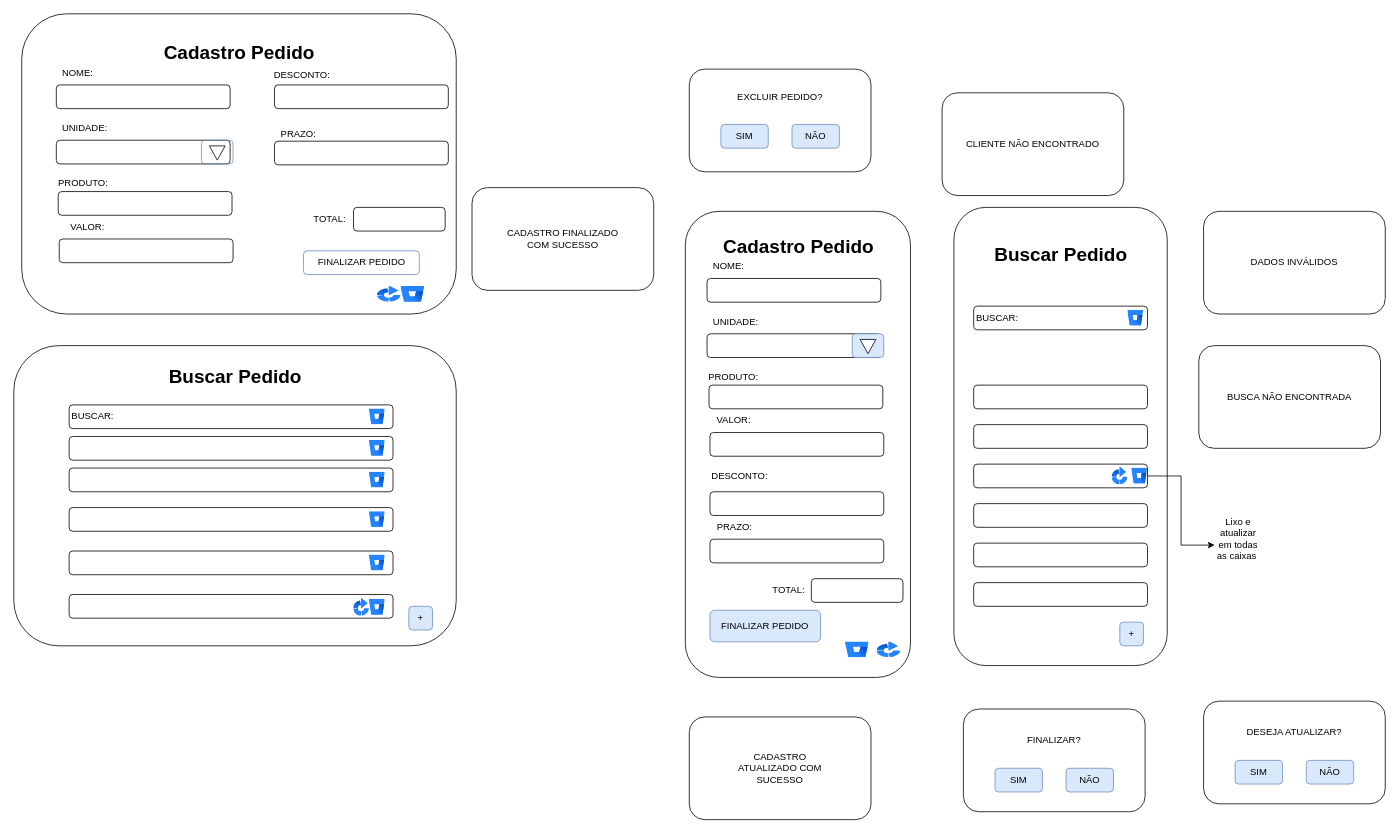
Above: page "Página-2" (2 of 10) of DOC/tela.drawio in juliareis14/avatar.app (draw.io), before the change. Source tidied: cells renumbered, new cells numbered last; positions are measured from the earlier drawing's top-left corner, leaving out a move shared by most shapes. Both pictures are drawn from the tidied source at 79%, with x=0, y=0 at pixel (13, 13).
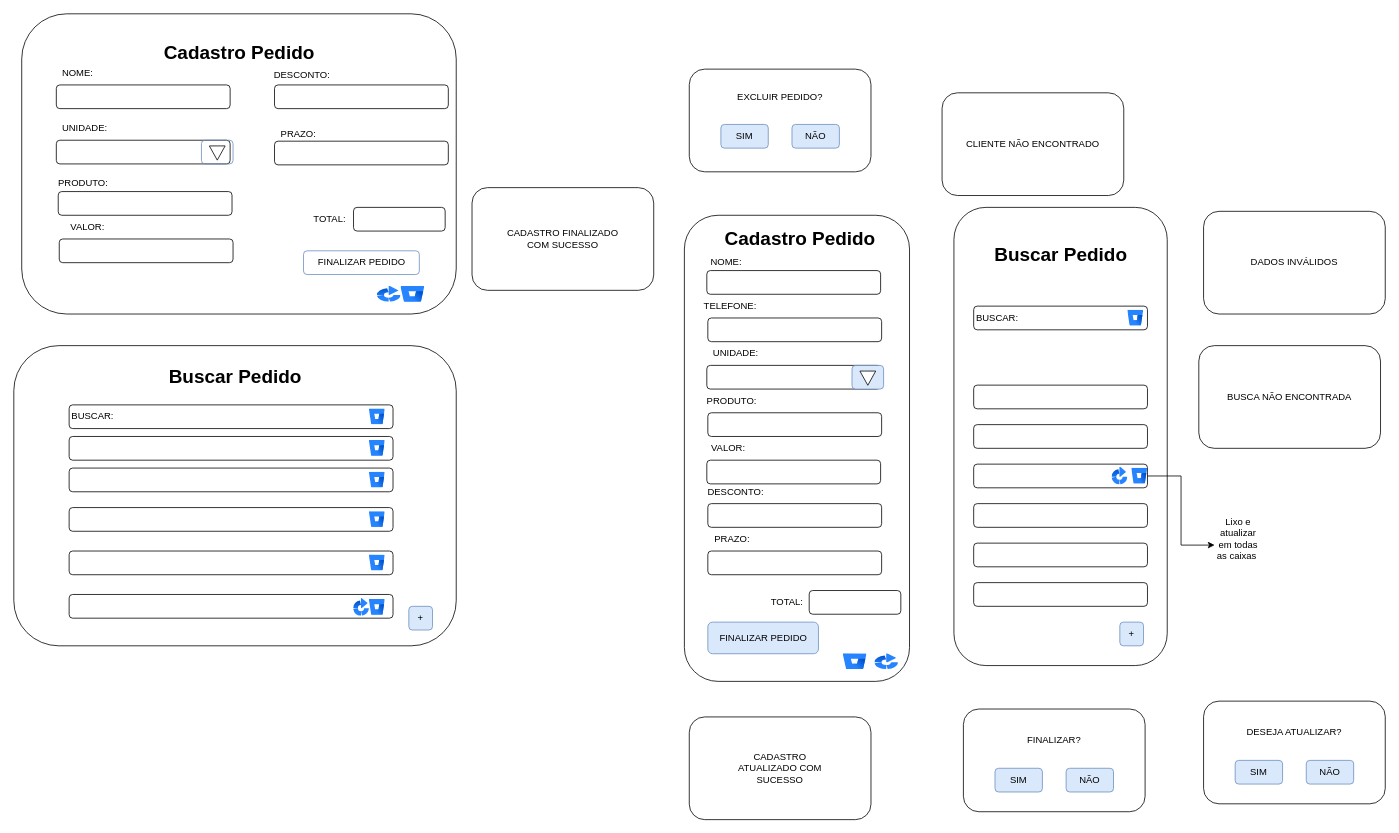
Above is the later version.

Change to the diagram source:
```diff
@@
     <mxCell id="2" style="rounded=1;whiteSpace=wrap;html=1;" parent="1" vertex="1">
-      <mxGeometry x="850" y="250" width="285" height="590" as="geometry" />
+      <mxGeometry x="848.8" y="255" width="285" height="590" as="geometry" />
     </mxCell>
     <mxCell id="3" value="Cadastro Pedido" style="text;strokeColor=none;fillColor=none;html=1;fontSize=24;fontStyle=1;verticalAlign=middle;align=center;" parent="1" vertex="1">
-      <mxGeometry x="942.5" y="275" width="100" height="40" as="geometry" />
+      <mxGeometry x="945" y="265" width="100" height="40" as="geometry" />
     </mxCell>
     <mxCell id="4" style="rounded=1;whiteSpace=wrap;html=1;" parent="1" vertex="1">
-      <mxGeometry x="877.5" y="335" width="220" height="30" as="geometry" />
+      <mxGeometry x="877.2" y="325" width="220" height="30" as="geometry" />
     </mxCell>
     <mxCell id="5" style="rounded=1;whiteSpace=wrap;html=1;" parent="1" vertex="1">
-      <mxGeometry x="877.5" y="405" width="220" height="30" as="geometry" />
+      <mxGeometry x="877.2" y="445" width="220" height="30" as="geometry" />
     </mxCell>
     <mxCell id="6" style="rounded=1;whiteSpace=wrap;html=1;" parent="1" vertex="1">
-      <mxGeometry x="881.2" y="530" width="220" height="30" as="geometry" />
+      <mxGeometry x="877.2" y="565" width="220" height="30" as="geometry" />
     </mxCell>
     <mxCell id="7" value="NOME:" style="text;html=1;align=center;verticalAlign=middle;whiteSpace=wrap;rounded=0;" parent="1" vertex="1">
-      <mxGeometry x="875" y="305" width="60" height="30" as="geometry" />
+      <mxGeometry x="872.2" y="300" width="60" height="30" as="geometry" />
     </mxCell>
     <mxCell id="8" value="UNIDADE:" style="text;html=1;align=center;verticalAlign=middle;whiteSpace=wrap;rounded=0;" parent="1" vertex="1">
-      <mxGeometry x="873.8" y="375" width="80" height="30" as="geometry" />
+      <mxGeometry x="873.5" y="415" width="80" height="30" as="geometry" />
     </mxCell>
     <mxCell id="9" value="VALOR:" style="text;html=1;align=center;verticalAlign=middle;whiteSpace=wrap;rounded=0;" parent="1" vertex="1">
-      <mxGeometry x="873.8" y="500" width="75" height="30" as="geometry" />
+      <mxGeometry x="867.2" y="535" width="75" height="30" as="geometry" />
     </mxCell>
     <mxCell id="10" value="FINALIZAR PEDIDO" style="rounded=1;whiteSpace=wrap;html=1;fillColor=#dae8fc;strokeColor=#6c8ebf;" parent="1" vertex="1">
-      <mxGeometry x="881.2" y="755" width="140" height="40" as="geometry" />
+      <mxGeometry x="878.5" y="770" width="140" height="40" as="geometry" />
     </mxCell>
     <mxCell id="11" style="image;html=1;image=img/lib/atlassian/Bitbucket_Logo.svg;" parent="1" vertex="1">
-      <mxGeometry x="1052.5" y="795" width="30" height="20" as="geometry" />
+      <mxGeometry x="1049.8" y="810" width="30" height="20" as="geometry" />
     </mxCell>
     <mxCell id="12" style="image;html=1;image=img/lib/atlassian/Bamboo_Logo.svg;" parent="1" vertex="1">
-      <mxGeometry x="1092.5" y="795" width="30" height="20" as="geometry" />
+      <mxGeometry x="1089.8" y="810" width="30" height="20" as="geometry" />
     </mxCell>
     <mxCell id="13" style="rounded=1;whiteSpace=wrap;html=1;" parent="1" vertex="1">
-      <mxGeometry x="881.2" y="665" width="220" height="30" as="geometry" />
+      <mxGeometry x="878.5" y="680" width="220" height="30" as="geometry" />
     </mxCell>
     <mxCell id="14" style="rounded=1;whiteSpace=wrap;html=1;" parent="1" vertex="1">
-      <mxGeometry x="881.2" y="605" width="220" height="30" as="geometry" />
+      <mxGeometry x="878.5" y="620" width="220" height="30" as="geometry" />
     </mxCell>
     <mxCell id="15" value="DESCONTO:" style="text;html=1;align=center;verticalAlign=middle;whiteSpace=wrap;rounded=0;" parent="1" vertex="1">
-      <mxGeometry x="883.8" y="572.5" width="70" height="25" as="geometry" />
+      <mxGeometry x="878.5" y="590" width="70" height="31.2" as="geometry" />
     </mxCell>
     <mxCell id="16" value="PRAZO:" style="text;html=1;align=center;verticalAlign=middle;whiteSpace=wrap;rounded=0;" parent="1" vertex="1">
-      <mxGeometry x="875" y="635" width="75" height="30" as="geometry" />
+      <mxGeometry x="872.2" y="650" width="75" height="30" as="geometry" />
     </mxCell>
     <mxCell id="17" style="rounded=1;whiteSpace=wrap;html=1;" parent="1" vertex="1">
-      <mxGeometry x="1009.5" y="715" width="116" height="30" as="geometry" />
+      <mxGeometry x="1006.8" y="730" width="116" height="30" as="geometry" />
     </mxCell>
     <mxCell id="18" value="TOTAL:" style="text;html=1;align=center;verticalAlign=middle;whiteSpace=wrap;rounded=0;" parent="1" vertex="1">
-      <mxGeometry x="951.2" y="715" width="60" height="30" as="geometry" />
+      <mxGeometry x="948.5" y="730" width="60" height="30" as="geometry" />
     </mxCell>
@@
     <mxCell id="44" style="rounded=1;whiteSpace=wrap;html=1;" parent="1" vertex="1">
-      <mxGeometry x="880" y="470" width="220" height="30" as="geometry" />
+      <mxGeometry x="878.5" y="505" width="220" height="30" as="geometry" />
     </mxCell>
     <mxCell id="45" value="PRODUTO:" style="text;html=1;align=center;verticalAlign=middle;whiteSpace=wrap;rounded=0;" parent="1" vertex="1">
-      <mxGeometry x="881.2" y="445" width="60" height="30" as="geometry" />
+      <mxGeometry x="878.5" y="475" width="60" height="30" as="geometry" />
     </mxCell>
@@
     <mxCell id="55" style="rounded=1;whiteSpace=wrap;html=1;fillColor=#dae8fc;strokeColor=#6c8ebf;" parent="1" vertex="1">
-      <mxGeometry x="1061.2" y="405" width="40" height="30" as="geometry" />
+      <mxGeometry x="1061" y="445" width="40" height="30" as="geometry" />
     </mxCell>
     <mxCell id="56" style="html=1;shadow=0;dashed=0;align=center;verticalAlign=middle;shape=mxgraph.arrows2.arrow;dy=0.6;dx=40;direction=south;notch=0;" parent="1" vertex="1">
-      <mxGeometry x="1071.2" y="412.2" width="20" height="18" as="geometry" />
+      <mxGeometry x="1071" y="452.2" width="20" height="18" as="geometry" />
     </mxCell>
@@
+    <mxCell id="96" style="rounded=1;whiteSpace=wrap;html=1;" parent="1" vertex="1">
+      <mxGeometry x="878.5" y="385" width="220" height="30" as="geometry" />
+    </mxCell>
+    <mxCell id="97" value="TELEFONE:" style="text;html=1;align=center;verticalAlign=middle;whiteSpace=wrap;rounded=0;" parent="1" vertex="1">
+      <mxGeometry x="877.2" y="355" width="60" height="30" as="geometry" />
+    </mxCell>
```
